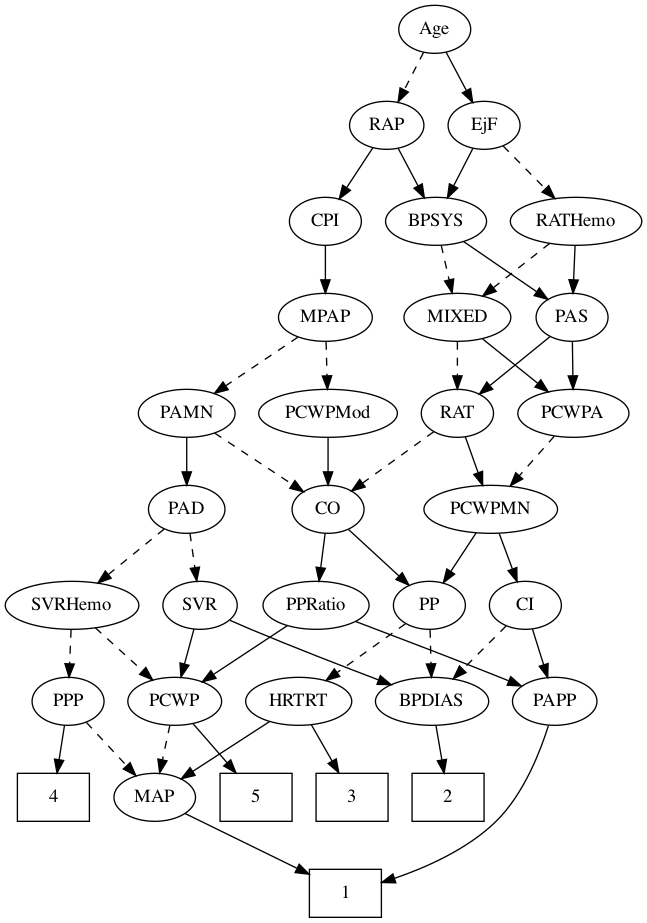
Before: TreeFiles/TreeTraining/tree1v0.png, a diagram exported from Graphviz (jozieLamp/CARNA). Its source is kept beside it as TreeFiles/TreeTraining/tree1v0.dot.
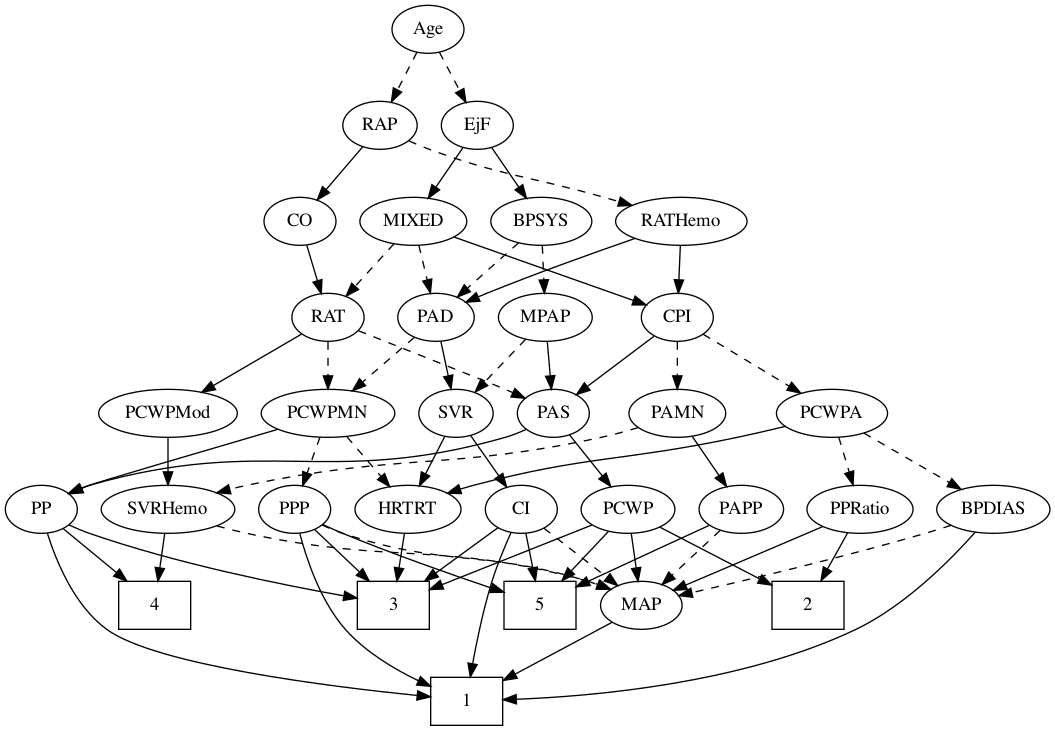
The same diagram one commit later.

The edit, as a diff of the source:
```diff
@@ -1,201 +1,235 @@
 strict digraph {
-	graph [bb="0,0,477.44,684"];
+	graph [bb="0,0,783.25,540"];
 	node [label="\N"];
 	1	[height=0.5,
-		pos="255.05,18",
+		pos="346,18",
 		shape=box,
 		width=0.75];
 	2	[height=0.5,
-		pos="332.05,90",
+		pos="602,90",
 		shape=box,
 		width=0.75];
 	3	[height=0.5,
-		pos="260.05,90",
+		pos="291,90",
 		shape=box,
 		width=0.75];
 	4	[height=0.5,
-		pos="36.046,90",
+		pos="112,90",
 		shape=box,
 		width=0.75];
 	5	[height=0.5,
-		pos="188.05,90",
+		pos="401,90",
 		shape=box,
 		width=0.75];
 	Age	[height=0.5,
-		pos="322.05,666",
+		pos="317,522",
 		width=0.75];
 	EjF	[height=0.5,
-		pos="359.05,594",
+		pos="354,450",
 		width=0.75];
-	Age -> EjF	[pos="e,350.51,611.15 330.63,648.76 335.11,640.28 340.7,629.71 345.73,620.2",
+	Age -> EjF	[pos="e,345.46,467.15 325.58,504.76 330.06,496.28 335.65,485.71 340.68,476.2",
+		style=dashed];
+	RAP	[height=0.5,
+		pos="281,450",
+		width=0.77632];
+	Age -> RAP	[pos="e,289.55,467.63 308.65,504.76 304.35,496.4 299.01,486.02 294.17,476.61",
+		style=dashed];
+	MIXED	[height=0.5,
+		pos="306,378",
+		width=1.1193];
+	EjF -> MIXED	[pos="e,317.18,395.31 343.11,433.12 337.18,424.47 329.71,413.58 323.03,403.83",
 		style=solid];
-	RAP	[height=0.5,
-		pos="286.05,594",
-		width=0.77632];
-	Age -> RAP	[pos="e,294.6,611.63 313.7,648.76 309.4,640.4 304.05,630.02 299.21,620.61",
-		style=dashed];
 	BPSYS	[height=0.5,
-		pos="323.05,522",
+		pos="402,378",
 		width=1.0471];
-	EjF -> BPSYS	[pos="e,331.6,539.63 350.7,576.76 346.4,568.4 341.05,558.02 336.21,548.61",
+	EjF -> BPSYS	[pos="e,390.82,395.31 364.89,433.12 370.82,424.47 378.29,413.58 384.97,403.83",
+		style=solid];
+	CO	[height=0.5,
+		pos="221,378",
+		width=0.75];
+	RAP -> CO	[pos="e,233.99,394.16 267.98,433.81 259.96,424.45 249.53,412.28 240.53,401.79",
 		style=solid];
 	RATHemo	[height=0.5,
-		pos="428.05,522",
+		pos="507,378",
 		width=1.3721];
-	EjF -> RATHemo	[pos="e,412.08,539.2 373.34,578.5 382.43,569.28 394.4,557.14 404.82,546.56",
+	RAP -> RATHemo	[pos="e,469.9,389.98 302.67,438.33 307.64,436.08 312.95,433.84 318,432 374.73,411.33 390.92,412.49 449,396 452.59,394.98 456.31,393.91 \
+460.04,392.84",
 		style=dashed];
-	RAP -> BPSYS	[pos="e,314.25,539.63 294.63,576.76 299.05,568.4 304.54,558.02 309.51,548.61",
+	PAD	[height=0.5,
+		pos="323,306",
+		width=0.79437];
+	MIXED -> PAD	[pos="e,318.8,324.28 310.12,360.05 312.01,352.26 314.3,342.82 316.42,334.08",
+		style=dashed];
+	CPI	[height=0.5,
+		pos="504,306",
+		width=0.75];
+	MIXED -> CPI	[pos="e,480.59,315.28 336.5,366.22 372.95,353.33 433.69,331.86 471.14,318.62",
 		style=solid];
-	CPI	[height=0.5,
-		pos="240.05,522",
+	RAT	[height=0.5,
+		pos="242,306",
+		width=0.75827];
+	MIXED -> RAT	[pos="e,255.59,321.86 291.48,361.12 282.9,351.73 271.9,339.7 262.45,329.36",
+		style=dashed];
+	MPAP	[height=0.5,
+		pos="405,306",
+		width=0.97491];
+	PAS	[height=0.5,
+		pos="411,234",
 		width=0.75];
-	RAP -> CPI	[pos="e,250.44,538.82 275.61,577.12 269.84,568.34 262.56,557.26 256.09,547.42",
+	MPAP -> PAS	[pos="e,409.53,252.1 406.48,287.7 407.14,279.98 407.94,270.71 408.68,262.11",
 		style=solid];
-	MIXED	[height=0.5,
-		pos="339.05,450",
-		width=1.1193];
-	RAT	[height=0.5,
-		pos="339.05,378",
-		width=0.75827];
-	MIXED -> RAT	[pos="e,339.05,396.1 339.05,431.7 339.05,423.98 339.05,414.71 339.05,406.11",
+	SVR	[height=0.5,
+		pos="338,234",
+		width=0.77632];
+	MPAP -> SVR	[pos="e,352.37,250.01 390.13,289.46 381.07,280 369.35,267.75 359.31,257.27",
+		style=dashed];
+	BPSYS -> MPAP	[pos="e,404.27,324.1 402.74,359.7 403.07,351.98 403.47,342.71 403.84,334.11",
+		style=dashed];
+	BPSYS -> PAD	[pos="e,339.03,321.21 384.86,361.81 373.69,351.92 358.97,338.87 346.69,327.99",
+		style=dashed];
+	PAD -> SVR	[pos="e,334.3,252.28 326.63,288.05 328.3,280.26 330.32,270.82 332.2,262.08",
+		style=solid];
+	PCWPMN	[height=0.5,
+		pos="242,234",
+		width=1.3902];
+	PAD -> PCWPMN	[pos="e,260.35,250.85 306.61,290.83 295.61,281.33 280.89,268.6 268.27,257.7",
+		style=dashed];
+	CO -> RAT	[pos="e,236.96,323.79 226.08,360.05 228.48,352.06 231.4,342.33 234.08,333.4",
+		style=solid];
+	PP	[height=0.5,
+		pos="27,162",
+		width=0.75];
+	PAS -> PP	[pos="e,47.491,174.08 390.51,221.92 385.55,219.64 380.18,217.48 375,216 240.77,177.69 197.23,218.31 63,180 61.056,179.45 59.086,178.8 \
+57.122,178.08",
+		style=solid];
+	PCWP	[height=0.5,
+		pos="467,162",
+		width=0.97491];
+	PAS -> PCWP	[pos="e,454.09,179.13 423.15,217.81 430.36,208.8 439.66,197.18 447.84,186.95",
+		style=solid];
+	PAMN	[height=0.5,
+		pos="504,234",
+		width=1.011];
+	SVRHemo	[height=0.5,
+		pos="122,162",
+		width=1.3902];
+	PAMN -> SVRHemo	[pos="e,158.61,174.45 474.64,223.29 465.83,220.64 456.09,217.96 447,216 330.38,190.88 297.74,204.58 181,180 176.89,179.14 172.65,178.13 \
+168.42,177.06",
+		style=dashed];
+	PAPP	[height=0.5,
+		pos="552,162",
+		width=0.88464];
+	PAMN -> PAPP	[pos="e,540.93,179.15 515.13,216.76 521.07,208.11 528.5,197.27 535.13,187.6",
+		style=solid];
+	RATHemo -> PAD	[pos="e,345.39,317.34 472.22,365.17 442.47,354.86 398.62,339.22 361,324 358.93,323.16 356.81,322.28 354.68,321.38",
+		style=solid];
+	RATHemo -> CPI	[pos="e,504.73,324.1 506.26,359.7 505.93,351.98 505.53,342.71 505.16,334.11",
+		style=solid];
+	CPI -> PAS	[pos="e,428.41,248.11 486.51,291.83 472.48,281.27 452.58,266.3 436.74,254.37",
+		style=solid];
+	CPI -> PAMN	[pos="e,504,252.1 504,287.7 504,279.98 504,270.71 504,262.11",
 		style=dashed];
 	PCWPA	[height=0.5,
-		pos="426.05,378",
+		pos="620,234",
 		width=1.1555];
-	MIXED -> PCWPA	[pos="e,407.2,394.16 357.92,433.81 370.01,424.09 385.87,411.32 399.25,400.56",
-		style=solid];
-	MPAP	[height=0.5,
-		pos="240.05,450",
-		width=0.97491];
-	PAMN	[height=0.5,
-		pos="136.05,378",
-		width=1.011];
-	MPAP -> PAMN	[pos="e,156.91,393.04 219.5,435.17 204.07,424.79 182.73,410.42 165.49,398.82",
+	CPI -> PCWPA	[pos="e,596.51,249.17 523.42,293.28 540.94,282.71 567.08,266.94 587.74,254.47",
+		style=dashed];
+	RAT -> PAS	[pos="e,389.78,245.29 264.91,295.91 301.53,281.38 369.69,254.31 375,252 376.81,251.21 378.66,250.39 380.52,249.55",
 		style=dashed];
 	PCWPMod	[height=0.5,
-		pos="242.05,378",
+		pos="122,234",
 		width=1.4443];
-	MPAP -> PCWPMod	[pos="e,241.56,396.1 240.54,431.7 240.76,423.98 241.03,414.71 241.27,406.11",
+	RAT -> PCWPMod	[pos="e,147.27,249.74 222.18,293.44 204.24,282.98 177.43,267.34 156.06,254.87",
+		style=solid];
+	RAT -> PCWPMN	[pos="e,242,252.1 242,287.7 242,279.98 242,270.71 242,262.11",
 		style=dashed];
-	BPSYS -> MIXED	[pos="e,335.1,468.28 326.92,504.05 328.7,496.26 330.86,486.82 332.86,478.08",
-		style=dashed];
-	PAS	[height=0.5,
-		pos="425.05,450",
+	CI	[height=0.5,
+		pos="387,162",
 		width=0.75];
-	BPSYS -> PAS	[pos="e,406.83,463.5 343.69,506.83 359.45,496.02 381.3,481.02 398.38,469.3",
+	SVR -> CI	[pos="e,375.93,178.82 349.12,217.12 355.32,208.26 363.17,197.04 370.12,187.12",
 		style=solid];
-	PAD	[height=0.5,
-		pos="136.05,306",
-		width=0.79437];
-	SVR	[height=0.5,
-		pos="146.05,234",
-		width=0.77632];
-	PAD -> SVR	[pos="e,143.58,252.28 138.47,288.05 139.57,280.35 140.9,271.03 142.14,262.36",
-		style=dashed];
-	SVRHemo	[height=0.5,
-		pos="50.046,234",
-		width=1.3902];
-	PAD -> SVRHemo	[pos="e,69.403,250.76 119.05,291.17 107.22,281.54 91.169,268.47 77.527,257.37",
-		style=dashed];
-	CO	[height=0.5,
-		pos="242.05,306",
-		width=0.75];
-	PP	[height=0.5,
-		pos="318.05,234",
-		width=0.75];
-	CO -> PP	[pos="e,302.69,249.14 257.43,290.83 268.24,280.87 282.9,267.37 295.1,256.14",
+	HRTRT	[height=0.5,
+		pos="302,162",
+		width=1.1013];
+	SVR -> HRTRT	[pos="e,310.55,179.63 329.65,216.76 325.35,208.4 320.01,198.02 315.17,188.61",
 		style=solid];
-	PPRatio	[height=0.5,
-		pos="233.05,234",
-		width=1.1013];
-	CO -> PPRatio	[pos="e,235.27,252.28 239.87,288.05 238.88,280.35 237.68,271.03 236.56,262.36",
-		style=solid];
-	PAS -> RAT	[pos="e,355.58,392.46 408.46,435.5 395.73,425.14 377.96,410.67 363.58,398.97",
-		style=solid];
-	PAS -> PCWPA	[pos="e,425.8,396.1 425.29,431.7 425.4,423.98 425.54,414.71 425.66,406.11",
-		style=solid];
-	PAMN -> PAD	[pos="e,136.05,324.1 136.05,359.7 136.05,351.98 136.05,342.71 136.05,334.11",
-		style=solid];
-	PAMN -> CO	[pos="e,223.63,319.16 156.99,363.17 173.68,352.14 197.18,336.63 215.25,324.7",
-		style=dashed];
-	RATHemo -> MIXED	[pos="e,358.13,466.01 408.29,505.46 395.91,495.72 379.78,483.04 366.2,472.36",
-		style=dashed];
-	RATHemo -> PAS	[pos="e,425.78,468.1 427.3,503.7 426.97,495.98 426.58,486.71 426.21,478.11",
-		style=solid];
-	CPI -> MPAP	[pos="e,240.05,468.1 240.05,503.7 240.05,495.98 240.05,486.71 240.05,478.11",
-		style=solid];
-	RAT -> CO	[pos="e,259.72,319.76 321.25,364.16 306.35,353.41 284.87,337.91 268.04,325.76",
-		style=dashed];
-	PCWPMN	[height=0.5,
-		pos="364.05,306",
-		width=1.3902];
-	RAT -> PCWPMN	[pos="e,357.99,323.96 344.97,360.41 347.82,352.42 351.32,342.64 354.53,333.64",
+	PCWPMod -> SVRHemo	[pos="e,122,180.1 122,215.7 122,207.98 122,198.71 122,190.11",
 		style=solid];
 	BPDIAS	[height=0.5,
-		pos="320.05,162",
+		pos="741,162",
 		width=1.1735];
-	SVR -> BPDIAS	[pos="e,289.36,174.47 168.47,222.75 173.57,220.48 178.98,218.12 184.05,216 216.01,202.63 252.62,188.43 279.8,178.09",
+	PCWPA -> BPDIAS	[pos="e,716.73,177.04 643.91,219.17 662.18,208.6 687.59,193.9 707.84,182.19",
+		style=dashed];
+	PPRatio	[height=0.5,
+		pos="641,162",
+		width=1.1013];
+	PCWPA -> PPRatio	[pos="e,635.82,180.28 625.08,216.05 627.42,208.26 630.25,198.82 632.88,190.08",
+		style=dashed];
+	PCWPA -> HRTRT	[pos="e,331.57,174.08 585.06,224.23 573.6,221.46 560.78,218.48 549,216 461.47,197.58 437.51,202.73 351,180 347.82,179.16 344.55,178.22 \
+341.28,177.22",
 		style=solid];
-	PCWP	[height=0.5,
-		pos="127.05,162",
-		width=0.97491];
-	SVR -> PCWP	[pos="e,131.73,180.28 141.45,216.05 139.33,208.26 136.77,198.82 134.4,190.08",
-		style=solid];
-	PCWPMod -> CO	[pos="e,242.05,324.1 242.05,359.7 242.05,351.98 242.05,342.71 242.05,334.11",
-		style=solid];
-	PCWPA -> PCWPMN	[pos="e,378.78,323.63 411.67,360.76 403.88,351.97 394.1,340.93 385.43,331.14",
-		style=dashed];
-	PCWPMN -> PP	[pos="e,328.55,250.99 353.14,288.41 347.45,279.74 340.37,268.97 334.06,259.38",
-		style=solid];
-	CI	[height=0.5,
-		pos="390.05,234",
-		width=0.75];
-	PCWPMN -> CI	[pos="e,383.81,251.79 370.34,288.05 373.31,280.06 376.92,270.33 380.24,261.4",
+	PCWPMN -> PP	[pos="e,48.086,173.62 204.15,221.95 153.64,207.19 69.737,182.57 63,180 61.16,179.3 59.283,178.54 57.4,177.75",
 		style=solid];
 	PPP	[height=0.5,
-		pos="47.046,162",
+		pos="217,162",
 		width=0.75];
-	SVRHemo -> PPP	[pos="e,47.779,180.1 49.304,215.7 48.973,207.98 48.576,198.71 48.208,190.11",
+	PCWPMN -> PPP	[pos="e,223,179.79 235.95,216.05 233.09,208.06 229.62,198.33 226.43,189.4",
 		style=dashed];
-	SVRHemo -> PCWP	[pos="e,110.43,178.1 67.518,217.12 77.973,207.61 91.412,195.39 102.88,184.97",
+	PCWPMN -> HRTRT	[pos="e,288.3,178.99 256.22,216.41 263.8,207.57 273.26,196.53 281.61,186.79",
 		style=dashed];
-	BPDIAS -> 2	[pos="e,329.11,108.1 323.01,143.7 324.33,135.98 325.92,126.71 327.4,118.11",
+	SVRHemo -> 4	[pos="e,114.44,108.1 119.53,143.7 118.43,135.98 117.1,126.71 115.87,118.11",
 		style=solid];
 	MAP	[height=0.5,
-		pos="112.05,90",
+		pos="477,90",
 		width=0.84854];
-	MAP -> 1	[pos="e,227.85,32.311 134.7,77.908 157.22,66.887 192.11,49.807 218.54,36.871",
+	SVRHemo -> MAP	[pos="e,454.1,101.94 158.62,149.58 165.98,147.53 173.7,145.56 181,144 293.37,120.03 326.29,138.73 437,108 439.48,107.31 442.01,106.5 444.53,\
+105.62",
+		style=dashed];
+	BPDIAS -> 1	[pos="e,373.22,19.232 727.49,144.92 709.35,124.48 675.1,89.741 638,72 553.11,31.403 440.73,21.756 383.29,19.561",
 		style=solid];
-	PP -> BPDIAS	[pos="e,319.56,180.1 318.54,215.7 318.76,207.98 319.03,198.71 319.27,190.11",
+	BPDIAS -> MAP	[pos="e,505.1,97.256 709.29,150.01 702.93,147.92 696.27,145.82 690,144 629.32,126.37 557.88,109.34 515.08,99.531",
 		style=dashed];
-	HRTRT	[height=0.5,
-		pos="220.05,162",
-		width=1.1013];
-	PP -> HRTRT	[pos="e,240.62,177.7 300.07,220.16 285.77,209.94 265.47,195.44 248.9,183.61",
+	MAP -> 1	[pos="e,373.46,33.676 455.07,77.284 435.27,66.701 405.74,50.921 382.4,38.448",
+		style=solid];
+	PP -> 1	[pos="e,318.89,21.411 31.562,143.96 37.961,123.52 51.641,89.786 76,72 112.64,45.249 243.52,29.019 308.65,22.423",
+		style=solid];
+	PP -> 3	[pos="e,263.8,95.389 47.625,150.34 52.577,148.04 57.908,145.77 63,144 128.52,121.21 208.04,105.25 253.75,97.139",
+		style=solid];
+	PP -> 4	[pos="e,91.139,108.18 43.389,147.5 54.655,138.23 69.918,125.66 83.187,114.73",
+		style=solid];
+	PPP -> 1	[pos="e,318.99,29.226 220.85,143.83 225.91,124.5 236.43,93.029 255,72 269.84,55.196 291.34,42.33 309.72,33.485",
+		style=solid];
+	PPP -> 3	[pos="e,272.91,108.11 231.98,146.83 241.58,137.75 254.31,125.71 265.48,115.14",
+		style=solid];
+	PPP -> 5	[pos="e,373.96,99.8 238.17,150.59 243,148.32 248.15,146.01 253,144 290.38,128.52 334.1,113.2 364.28,103.04",
+		style=solid];
+	PPP -> MAP	[pos="e,453.61,101.9 237.58,150.21 242.53,147.92 247.88,145.68 253,144 332.17,118.01 357.33,132.43 437,108 439.4,107.26 441.85,106.43 \
+444.3,105.54",
 		style=dashed];
-	PPP -> 4	[pos="e,38.76,108.28 44.383,144.05 43.171,136.35 41.707,127.03 40.346,118.36",
+	PPRatio -> 2	[pos="e,611.72,108.45 631.76,144.41 627.23,136.28 621.67,126.31 616.59,117.18",
 		style=solid];
-	PPP -> MAP	[pos="e,97.831,106.31 60.83,146.15 69.587,136.72 81.093,124.33 90.98,113.69",
+	PPRatio -> MAP	[pos="e,500.95,101.22 613.18,149.13 584.73,136.98 540.53,118.12 510.25,105.19",
+		style=solid];
+	PCWP -> 2	[pos="e,574.7,105.16 490.82,148.65 511.54,137.91 541.87,122.18 565.62,109.86",
+		style=solid];
+	PCWP -> 3	[pos="e,318.15,101.8 439.89,150.22 409.78,138.24 361.04,118.86 327.58,105.55",
+		style=solid];
+	PCWP -> 5	[pos="e,417.46,108.46 452.35,145.46 444.2,136.82 433.86,125.85 424.6,116.03",
+		style=solid];
+	PCWP -> MAP	[pos="e,474.56,108.1 469.47,143.7 470.57,135.98 471.9,126.71 473.13,118.11",
+		style=solid];
+	CI -> 1	[pos="e,348.73,36.302 379.27,144.58 374.64,134.25 368.91,120.56 365,108 358.67,87.667 353.74,64.073 350.49,46.288",
+		style=solid];
+	CI -> 3	[pos="e,314.65,108.24 369.39,148.16 356.42,138.7 338.42,125.58 322.94,114.29",
+		style=solid];
+	CI -> 5	[pos="e,397.54,108.28 390.39,144.05 391.93,136.35 393.79,127.03 395.53,118.36",
+		style=solid];
+	CI -> MAP	[pos="e,459.22,104.83 403.93,147.83 417.25,137.47 436.03,122.87 451.21,111.06",
 		style=dashed];
-	PPRatio -> PCWP	[pos="e,147.74,176.67 211.59,218.83 195.73,208.36 173.93,193.96 156.44,182.41",
+	PAPP -> 5	[pos="e,428.11,103.84 527.74,149.9 506.26,140.05 473.85,125.15 437.45,108.19",
 		style=solid];
-	PAPP	[height=0.5,
-		pos="412.05,162",
-		width=0.88464];
-	PPRatio -> PAPP	[pos="e,386.94,173.53 262.75,221.85 290.75,211.28 333.86,194.85 371.05,180 373.14,179.16 375.29,178.3 377.46,177.42",
-		style=solid];
-	PCWP -> 5	[pos="e,172.98,108.29 140.89,145.12 148.36,136.54 157.75,125.77 166.18,116.09",
-		style=solid];
-	PCWP -> MAP	[pos="e,115.75,108.28 123.41,144.05 121.74,136.26 119.72,126.82 117.85,118.08",
+	PAPP -> MAP	[pos="e,492.63,105.58 536.09,146.15 525.68,136.44 511.9,123.58 500.27,112.72",
 		style=dashed];
-	CI -> BPDIAS	[pos="e,336,178.95 375.54,218.5 366.17,209.13 353.77,196.73 343.07,186.03",
-		style=dashed];
-	CI -> PAPP	[pos="e,406.77,179.79 395.37,216.05 397.88,208.06 400.94,198.33 403.75,189.4",
-		style=solid];
-	PAPP -> 1	[pos="e,282.25,26.115 407.36,143.86 401.22,124.26 388.73,92.264 368.05,72 346.82,51.209 315.92,37.486 291.79,29.223",
-		style=solid];
-	HRTRT -> 3	[pos="e,250.08,108.45 229.53,144.41 234.17,136.28 239.87,126.31 245.08,117.18",
-		style=solid];
-	HRTRT -> MAP	[pos="e,132.05,103.96 198.19,146.83 181.56,136.05 158.53,121.13 140.47,109.42",
+	HRTRT -> 3	[pos="e,293.69,108.1 299.28,143.7 298.07,135.98 296.61,126.71 295.26,118.11",
 		style=solid];
 }
```
